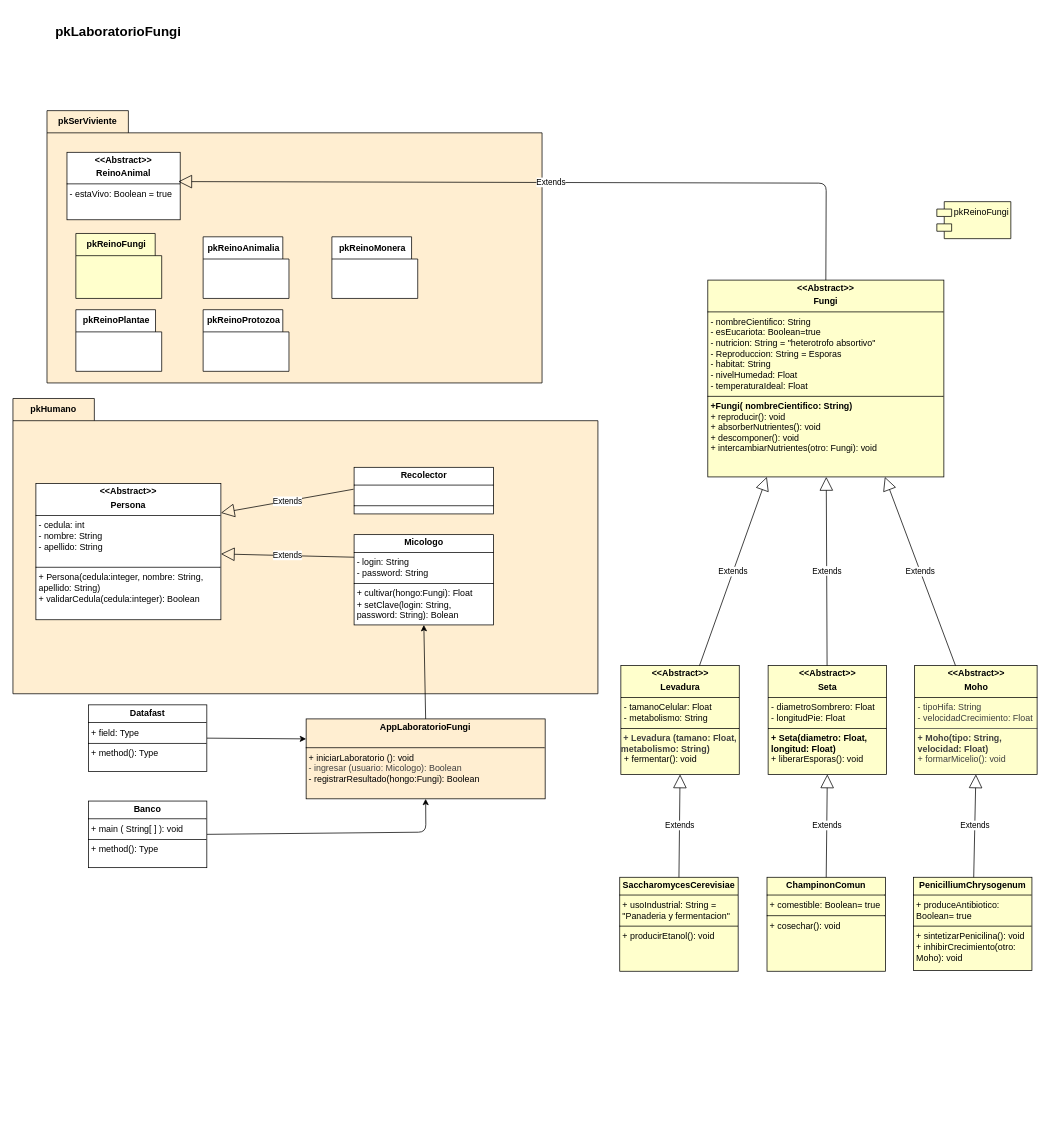
Earlier version of the draw.io diagram desing/Desing2/ClassDiagram.drawio (larry2004h-hash/ProyectoReinoFungi). Source tidied: cells renumbered, new cells numbered last; positions are measured from the earlier drawing's top-left corner, leaving out a move shared by most shapes. Both pictures are drawn from the tidied source at 74%, with x=0, y=0 at pixel (13, 13).
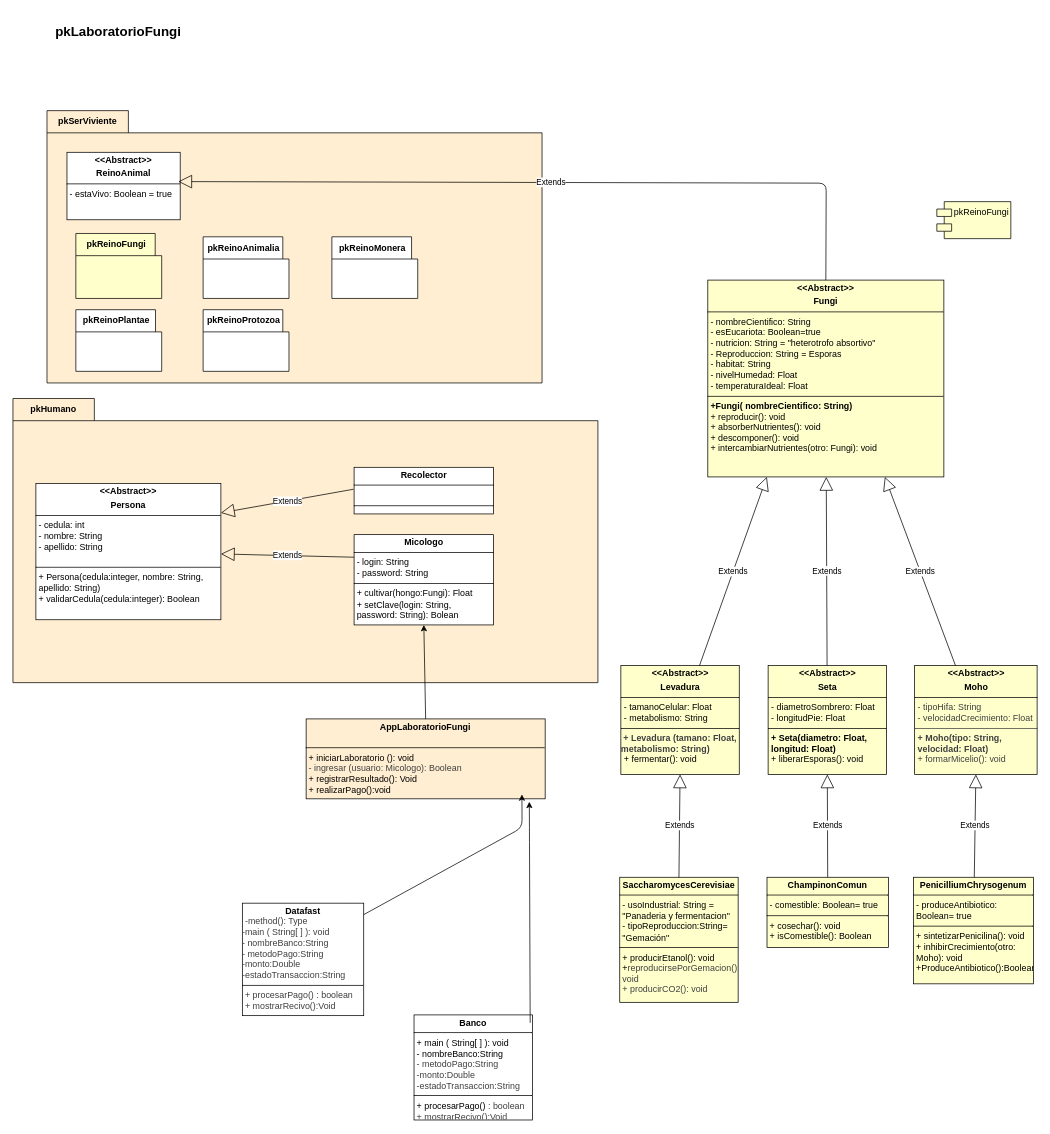
After the change.

Commit message (it also covers changes not shown here):
Mejoramiento del diagrama de class , mejoras en metodos de app fungi , creacion clase Banco  y mejoras

Change to the diagram source:
```diff
@@
     <mxCell id="2" value="pkHumano" style="shape=folder;fontStyle=1;tabWidth=110;tabHeight=30;tabPosition=left;html=1;boundedLbl=1;labelInHeader=1;whiteSpace=wrap;fillColor=#FFEED1;" parent="1" vertex="1">
-      <mxGeometry y="521" width="790.5" height="399" as="geometry" />
+      <mxGeometry y="521" width="790.5" height="384" as="geometry" />
     </mxCell>
@@
-    <mxCell id="15" value="&lt;p style=&quot;margin:0px;margin-top:4px;text-align:center;&quot;&gt;&lt;b&gt;SaccharomycesCerevisiae&lt;/b&gt;&lt;/p&gt;&lt;hr size=&quot;1&quot; style=&quot;border-style:solid;&quot;&gt;&lt;p style=&quot;margin:0px;margin-left:4px;&quot;&gt;+ usoIndustrial: String = &quot;Panaderia y fermentacion&quot;&lt;/p&gt;&lt;hr size=&quot;1&quot; style=&quot;border-style:solid;&quot;&gt;&lt;p style=&quot;margin:0px;margin-left:4px;&quot;&gt;+ producirEtanol(): void&lt;/p&gt;" style="verticalAlign=top;align=left;overflow=fill;html=1;whiteSpace=wrap;fillColor=#FFFFCC;" parent="1" vertex="1">
-      <mxGeometry x="820" y="1168" width="160" height="127" as="geometry" />
+    <mxCell id="15" value="&lt;p style=&quot;margin:0px;margin-top:4px;text-align:center;&quot;&gt;&lt;b&gt;SaccharomycesCerevisiae&lt;/b&gt;&lt;/p&gt;&lt;hr size=&quot;1&quot; style=&quot;border-style:solid;&quot;&gt;&lt;p style=&quot;margin:0px;margin-left:4px;&quot;&gt;- usoIndustrial: String = &quot;Panaderia y fermentacion&quot;&lt;br&gt;- tipoReproduccion:String=&lt;br&gt;&quot;Gemación&quot;&lt;br&gt;&lt;/p&gt;&lt;hr size=&quot;1&quot; style=&quot;border-style:solid;&quot;&gt;&lt;p style=&quot;margin:0px;margin-left:4px;&quot;&gt;+ producirEtanol(): void&lt;br style=&quot;color: rgb(63, 63, 63); scrollbar-color: rgb(226, 226, 226) rgb(251, 251, 251);&quot;&gt;+&lt;span style=&quot;color: rgb(63, 63, 63); background-color: transparent;&quot;&gt;reproducirsePorGemacion&lt;/span&gt;&lt;span style=&quot;color: rgb(63, 63, 63); background-color: transparent;&quot;&gt;(): void&lt;/span&gt;&lt;/p&gt;&lt;p style=&quot;margin:0px;margin-left:4px;&quot;&gt;&lt;span style=&quot;color: rgb(63, 63, 63);&quot;&gt;+ producirCO2&lt;/span&gt;&lt;span style=&quot;scrollbar-color: rgb(226, 226, 226) rgb(251, 251, 251); color: rgb(63, 63, 63);&quot;&gt;(): void&lt;/span&gt;&lt;/p&gt;" style="verticalAlign=top;align=left;overflow=fill;html=1;whiteSpace=wrap;fillColor=#FFFFCC;" parent="1" vertex="1">
+      <mxGeometry x="820" y="1168" width="160" height="169" as="geometry" />
     </mxCell>
-    <mxCell id="16" value="&lt;p style=&quot;margin:0px;margin-top:4px;text-align:center;&quot;&gt;&lt;b&gt;PenicilliumChrysogenum&lt;/b&gt;&lt;/p&gt;&lt;hr size=&quot;1&quot; style=&quot;border-style:solid;&quot;&gt;&lt;p style=&quot;margin:0px;margin-left:4px;&quot;&gt;+ produceAntibiotico: Boolean= true&lt;/p&gt;&lt;hr size=&quot;1&quot; style=&quot;border-style:solid;&quot;&gt;&lt;p style=&quot;margin:0px;margin-left:4px;&quot;&gt;+ sintetizarPenicilina(): void&lt;/p&gt;&lt;p style=&quot;margin:0px;margin-left:4px;&quot;&gt;+ inhibirCrecimiento(otro: Moho): void&amp;nbsp;&amp;nbsp;&lt;/p&gt;&lt;div&gt;&lt;br&gt;&lt;/div&gt;" style="verticalAlign=top;align=left;overflow=fill;html=1;whiteSpace=wrap;fillColor=#FFFFCC;" parent="1" vertex="1">
-      <mxGeometry x="1217" y="1168" width="160" height="126" as="geometry" />
+    <mxCell id="16" value="&lt;p style=&quot;margin:0px;margin-top:4px;text-align:center;&quot;&gt;&lt;b&gt;PenicilliumChrysogenum&lt;/b&gt;&lt;/p&gt;&lt;hr size=&quot;1&quot; style=&quot;border-style:solid;&quot;&gt;&lt;p style=&quot;margin:0px;margin-left:4px;&quot;&gt;- produceAntibiotico: Boolean= true&lt;/p&gt;&lt;hr size=&quot;1&quot; style=&quot;border-style:solid;&quot;&gt;&lt;p style=&quot;margin:0px;margin-left:4px;&quot;&gt;+ sintetizarPenicilina(): void&lt;/p&gt;&lt;p style=&quot;margin:0px;margin-left:4px;&quot;&gt;+ inhibirCrecimiento(otro: Moho): void&amp;nbsp;&amp;nbsp;&lt;br&gt;+ProduceAntibiotico():Boolean&lt;br&gt;&lt;br&gt;&lt;/p&gt;&lt;div&gt;&lt;br&gt;&lt;/div&gt;" style="verticalAlign=top;align=left;overflow=fill;html=1;whiteSpace=wrap;fillColor=#FFFFCC;" parent="1" vertex="1">
+      <mxGeometry x="1217" y="1168" width="162" height="144" as="geometry" />
     </mxCell>
-    <mxCell id="17" value="&lt;p style=&quot;margin:0px;margin-top:4px;text-align:center;&quot;&gt;&lt;b&gt;ChampinonComun&lt;/b&gt;&lt;/p&gt;&lt;hr size=&quot;1&quot; style=&quot;border-style:solid;&quot;&gt;&lt;p style=&quot;margin:0px;margin-left:4px;&quot;&gt;+ comestible: Boolean= true&lt;/p&gt;&lt;hr size=&quot;1&quot; style=&quot;border-style:solid;&quot;&gt;&lt;p style=&quot;margin:0px;margin-left:4px;&quot;&gt;+ cosechar(): void&lt;/p&gt;" style="verticalAlign=top;align=left;overflow=fill;html=1;whiteSpace=wrap;fillColor=#FFFFCC;" parent="1" vertex="1">
-      <mxGeometry x="1019" y="1168" width="160" height="127" as="geometry" />
+    <mxCell id="17" value="&lt;p style=&quot;margin:0px;margin-top:4px;text-align:center;&quot;&gt;&lt;b&gt;ChampinonComun&lt;/b&gt;&lt;/p&gt;&lt;hr size=&quot;1&quot; style=&quot;border-style:solid;&quot;&gt;&lt;p style=&quot;margin:0px;margin-left:4px;&quot;&gt;- comestible: Boolean= true&lt;/p&gt;&lt;hr size=&quot;1&quot; style=&quot;border-style:solid;&quot;&gt;&lt;p style=&quot;margin:0px;margin-left:4px;&quot;&gt;+ cosechar(): void&lt;br&gt;+ isComestible(): Boolean&lt;/p&gt;" style="verticalAlign=top;align=left;overflow=fill;html=1;whiteSpace=wrap;fillColor=#FFFFCC;" parent="1" vertex="1">
+      <mxGeometry x="1019" y="1168" width="164" height="95" as="geometry" />
     </mxCell>
@@
-    <mxCell id="37" value="&lt;p style=&quot;margin:0px;margin-top:4px;text-align:center;&quot;&gt;&lt;b&gt;AppLaboratorioFungi&lt;/b&gt;&lt;/p&gt;&lt;p style=&quot;margin:0px;margin-left:4px;&quot;&gt;&lt;br&gt;&lt;/p&gt;&lt;hr size=&quot;1&quot; style=&quot;border-style:solid;&quot;&gt;&lt;p style=&quot;margin:0px;margin-left:4px;&quot;&gt;+ iniciarLaboratorio (): void&lt;/p&gt;&lt;p style=&quot;margin:0px;margin-left:4px;&quot;&gt;&lt;span style=&quot;color: rgb(63, 63, 63);&quot;&gt;- ingresar (usuario: Micologo): Boolean&lt;/span&gt;&lt;/p&gt;&lt;p style=&quot;margin:0px;margin-left:4px;&quot;&gt;- registrarResultado(hongo:Fungi): Boolean&lt;/p&gt;&lt;p style=&quot;margin:0px;margin-left:4px;&quot;&gt;&lt;br&gt;&lt;/p&gt;&lt;p style=&quot;margin:0px;margin-left:4px;&quot;&gt;&lt;br&gt;&lt;/p&gt;" style="verticalAlign=top;align=left;overflow=fill;html=1;whiteSpace=wrap;fillColor=#FFEED1;strokeColor=#000000;rounded=0;glass=0;" parent="1" vertex="1">
+    <mxCell id="37" value="&lt;p style=&quot;margin:0px;margin-top:4px;text-align:center;&quot;&gt;&lt;b&gt;AppLaboratorioFungi&lt;/b&gt;&lt;/p&gt;&lt;p style=&quot;margin:0px;margin-left:4px;&quot;&gt;&lt;br&gt;&lt;/p&gt;&lt;hr size=&quot;1&quot; style=&quot;border-style:solid;&quot;&gt;&lt;p style=&quot;margin:0px;margin-left:4px;&quot;&gt;+ iniciarLaboratorio (): void&lt;/p&gt;&lt;p style=&quot;margin:0px;margin-left:4px;&quot;&gt;&lt;span style=&quot;color: rgb(63, 63, 63);&quot;&gt;- ingresar (usuario: Micologo): Boolean&lt;/span&gt;&lt;/p&gt;&lt;p style=&quot;margin:0px;margin-left:4px;&quot;&gt;+ registrarResultado(): Void&lt;br&gt;+ realizarPago():void&lt;br&gt;&lt;br&gt;&lt;/p&gt;&lt;p style=&quot;margin:0px;margin-left:4px;&quot;&gt;&lt;br&gt;&lt;/p&gt;&lt;p style=&quot;margin:0px;margin-left:4px;&quot;&gt;&lt;br&gt;&lt;/p&gt;" style="verticalAlign=top;align=left;overflow=fill;html=1;whiteSpace=wrap;fillColor=#FFEED1;strokeColor=#000000;rounded=0;glass=0;" parent="1" vertex="1">
       <mxGeometry x="396.2" y="954" width="323" height="108" as="geometry" />
     </mxCell>
-    <mxCell id="38" style="edgeStyle=none;html=1;exitX=1;exitY=0.5;exitDx=0;exitDy=0;entryX=0.5;entryY=1;entryDx=0;entryDy=0;" parent="1" edge="1" source="42" target="37">
+    <mxCell id="38" style="edgeStyle=none;html=1;exitX=0.88;exitY=0.003;exitDx=0;exitDy=0;entryX=0.5;entryY=1;entryDx=0;entryDy=0;exitPerimeter=0;" parent="1" edge="1" source="43">
       <mxGeometry relative="1" as="geometry">
+        <mxPoint x="687.8" y="1056" as="targetPoint" />
         <Array as="points">
-          <mxPoint x="558" y="1107" />
+          <mxPoint x="453" y="1230" />
+          <mxPoint x="688" y="1101" />
         </Array>
       </mxGeometry>
     </mxCell>
@@
-    <mxCell id="40" style="edgeStyle=none;html=1;exitX=1;exitY=0.5;exitDx=0;exitDy=0;entryX=0;entryY=0.25;entryDx=0;entryDy=0;" parent="1" edge="1" source="41" target="37">
-      <mxGeometry relative="1" as="geometry" />
-    </mxCell>
-    <mxCell id="41" value="&lt;p style=&quot;margin:0px;margin-top:4px;text-align:center;&quot;&gt;&lt;b&gt;Datafast&lt;/b&gt;&lt;/p&gt;&lt;hr size=&quot;1&quot; style=&quot;border-style:solid;&quot;&gt;&lt;p style=&quot;margin:0px;margin-left:4px;&quot;&gt;+ field: Type&lt;/p&gt;&lt;hr size=&quot;1&quot; style=&quot;border-style:solid;&quot;&gt;&lt;p style=&quot;margin:0px;margin-left:4px;&quot;&gt;+ method(): Type&lt;/p&gt;" style="verticalAlign=top;align=left;overflow=fill;html=1;whiteSpace=wrap;" parent="1" vertex="1">
-      <mxGeometry x="102" y="935" width="160" height="90" as="geometry" />
-    </mxCell>
-    <mxCell id="42" value="&lt;p style=&quot;margin:0px;margin-top:4px;text-align:center;&quot;&gt;&lt;b&gt;Banco&lt;/b&gt;&lt;/p&gt;&lt;hr size=&quot;1&quot; style=&quot;border-style:solid;&quot;&gt;&lt;p style=&quot;margin:0px;margin-left:4px;&quot;&gt;+ main ( String[ ] ): void&lt;/p&gt;&lt;hr size=&quot;1&quot; style=&quot;border-style:solid;&quot;&gt;&lt;p style=&quot;margin:0px;margin-left:4px;&quot;&gt;+ method(): Type&lt;/p&gt;" style="verticalAlign=top;align=left;overflow=fill;html=1;whiteSpace=wrap;" parent="1" vertex="1">
-      <mxGeometry x="102" y="1065" width="160" height="90" as="geometry" />
+    <mxCell id="42" value="&lt;p style=&quot;margin:0px;margin-top:4px;text-align:center;&quot;&gt;&lt;b&gt;Banco&lt;/b&gt;&lt;/p&gt;&lt;hr size=&quot;1&quot; style=&quot;border-style:solid;&quot;&gt;&lt;p style=&quot;margin:0px;margin-left:4px;&quot;&gt;+ main ( String[ ] ): void&lt;br&gt;- nombreBanco:String&lt;br&gt;&lt;span style=&quot;color: rgb(63, 63, 63);&quot;&gt;- metodoPago:String&lt;br&gt;-monto:Double&lt;br&gt;-estadoTransaccion:String&lt;/span&gt;&lt;/p&gt;&lt;hr size=&quot;1&quot; style=&quot;border-style:solid;&quot;&gt;&lt;p style=&quot;margin:0px;margin-left:4px;&quot;&gt;+ procesarPago()&amp;nbsp;&lt;span style=&quot;color: rgb(63, 63, 63); background-color: transparent;&quot;&gt;: boolean&lt;br&gt;+ mostrarRecivo():Void&lt;/span&gt;&lt;/p&gt;" style="verticalAlign=top;align=left;overflow=fill;html=1;whiteSpace=wrap;" parent="1" vertex="1">
+      <mxGeometry x="542" y="1354" width="160" height="142" as="geometry" />
     </mxCell>
+    <mxCell id="43" value="&lt;p style=&quot;margin:0px;margin-top:4px;text-align:center;&quot;&gt;&lt;b&gt;Datafast&lt;/b&gt;&lt;/p&gt;&lt;p style=&quot;margin:0px;margin-left:4px;&quot;&gt;&lt;span style=&quot;color: rgb(63, 63, 63); background-color: transparent;&quot;&gt;-method(): Type&lt;/span&gt;&lt;/p&gt;&lt;span style=&quot;scrollbar-color: rgb(226, 226, 226) rgb(251, 251, 251); color: rgb(63, 63, 63);&quot;&gt;-main ( String[ ] ): void&lt;/span&gt;&lt;br style=&quot;scrollbar-color: rgb(226, 226, 226) rgb(251, 251, 251); color: rgb(63, 63, 63);&quot;&gt;&lt;span style=&quot;scrollbar-color: rgb(226, 226, 226) rgb(251, 251, 251); color: rgb(63, 63, 63);&quot;&gt;- nombreBanco:String&lt;/span&gt;&lt;br style=&quot;scrollbar-color: rgb(226, 226, 226) rgb(251, 251, 251); color: rgb(63, 63, 63);&quot;&gt;&lt;span style=&quot;scrollbar-color: rgb(226, 226, 226) rgb(251, 251, 251); color: rgb(63, 63, 63);&quot;&gt;- metodoPago:String&lt;br style=&quot;scrollbar-color: rgb(226, 226, 226) rgb(251, 251, 251); color: rgb(63, 63, 63);&quot;&gt;-monto:Double&lt;br style=&quot;scrollbar-color: rgb(226, 226, 226) rgb(251, 251, 251); color: rgb(63, 63, 63);&quot;&gt;-estadoTransaccion:String&lt;/span&gt;&lt;hr size=&quot;1&quot; style=&quot;border-style:solid;&quot;&gt;&lt;p style=&quot;margin:0px;margin-left:4px;&quot;&gt;&lt;span style=&quot;color: rgb(63, 63, 63);&quot;&gt;+ procesarPago()&amp;nbsp;&lt;/span&gt;&lt;span style=&quot;scrollbar-color: rgb(226, 226, 226) rgb(251, 251, 251); background-color: transparent; color: rgb(63, 63, 63);&quot;&gt;: boolean&lt;br style=&quot;color: rgb(63, 63, 63); scrollbar-color: rgb(226, 226, 226) rgb(251, 251, 251);&quot;&gt;+ mostrarRecivo():Void&lt;/span&gt;&lt;/p&gt;" style="verticalAlign=top;align=left;overflow=fill;html=1;whiteSpace=wrap;" parent="1" vertex="1">
+      <mxGeometry x="310" y="1203" width="164" height="152" as="geometry" />
+    </mxCell>
+    <mxCell id="44" style="edgeStyle=none;html=1;exitX=0.981;exitY=0.075;exitDx=0;exitDy=0;entryX=0.5;entryY=1;entryDx=0;entryDy=0;exitPerimeter=0;" parent="1" edge="1" source="42">
+      <mxGeometry relative="1" as="geometry">
+        <mxPoint x="697.8" y="1066" as="targetPoint" />
+        <Array as="points">
+          <mxPoint x="698" y="1111" />
+        </Array>
+      </mxGeometry>
+    </mxCell>
```
